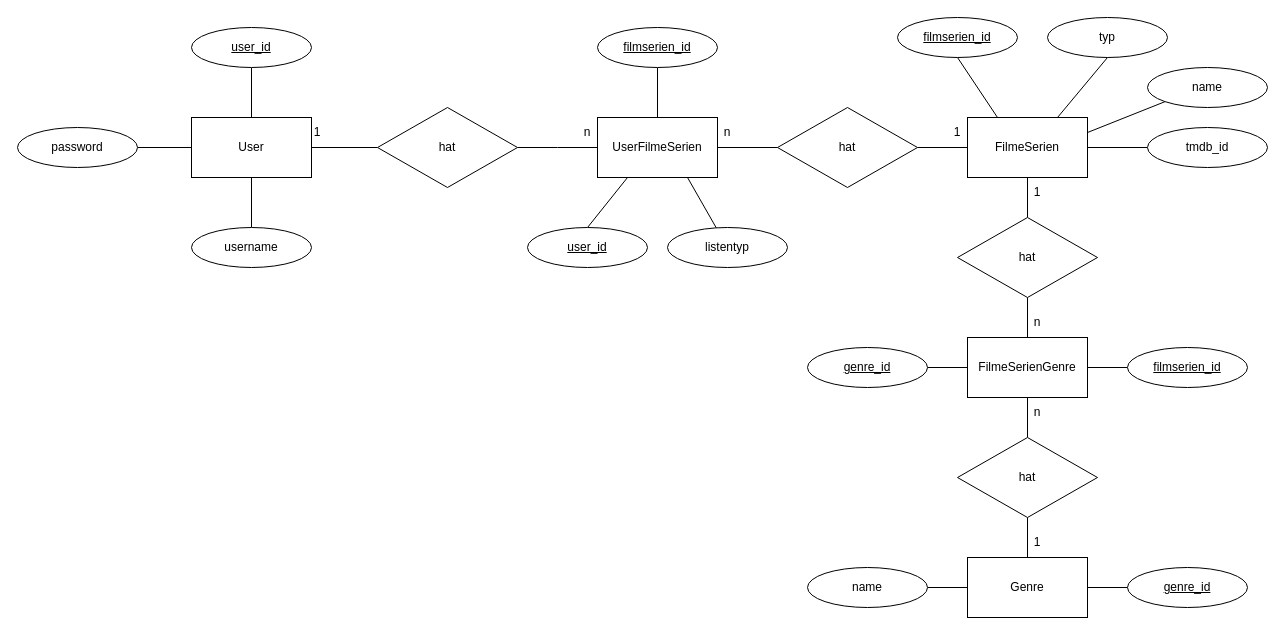
insurqassable/Film-Serien-Tracker keeps this draw.io diagram as erd user listen.drawio. Above is the earlier version. Source tidied: cells renumbered, new cells numbered last; positions are measured from the earlier drawing's top-left corner, leaving out a move shared by most shapes. Both pictures are drawn from the tidied source at 100%, with x=0, y=0 at pixel (17, 17).
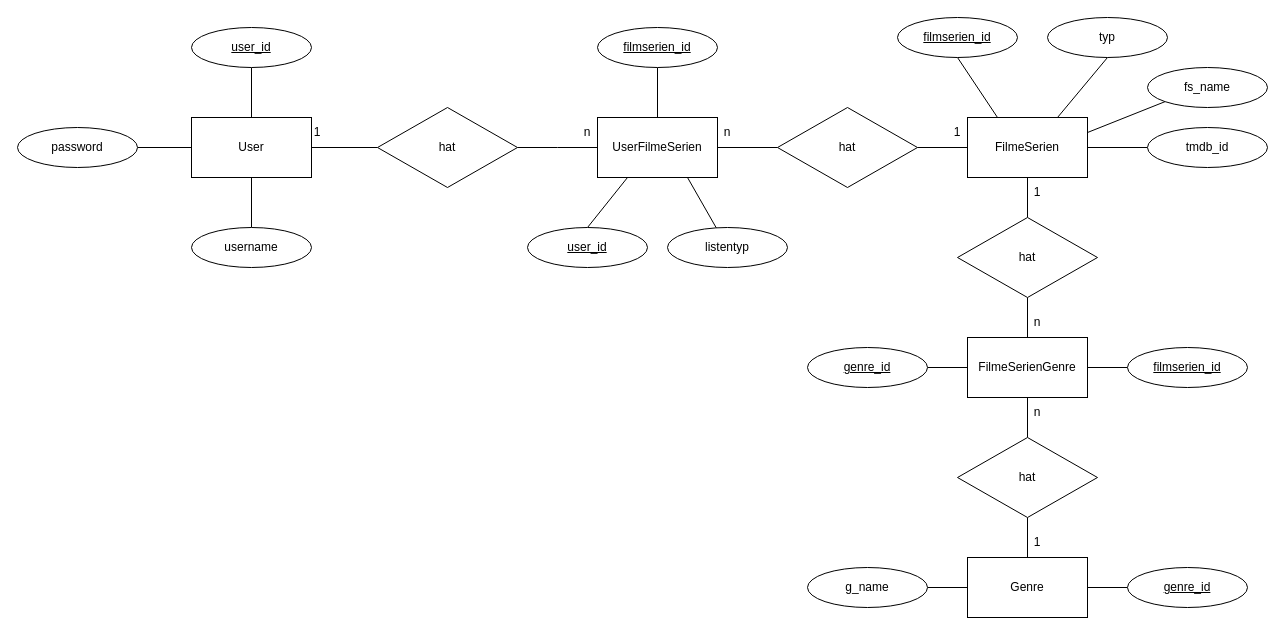
After the change.

Diff of the diagram source:
```diff
@@
-    <mxCell id="46" value="name" style="ellipse;whiteSpace=wrap;html=1;" parent="1" vertex="1">
+    <mxCell id="46" value="fs_name" style="ellipse;whiteSpace=wrap;html=1;" parent="1" vertex="1">
       <mxGeometry x="1130" y="50" width="120" height="40" as="geometry" />
     </mxCell>
@@
-    <mxCell id="50" value="name" style="ellipse;whiteSpace=wrap;html=1;" parent="1" vertex="1">
+    <mxCell id="50" value="g_name" style="ellipse;whiteSpace=wrap;html=1;" parent="1" vertex="1">
       <mxGeometry x="790" y="550" width="120" height="40" as="geometry" />
     </mxCell>
```
